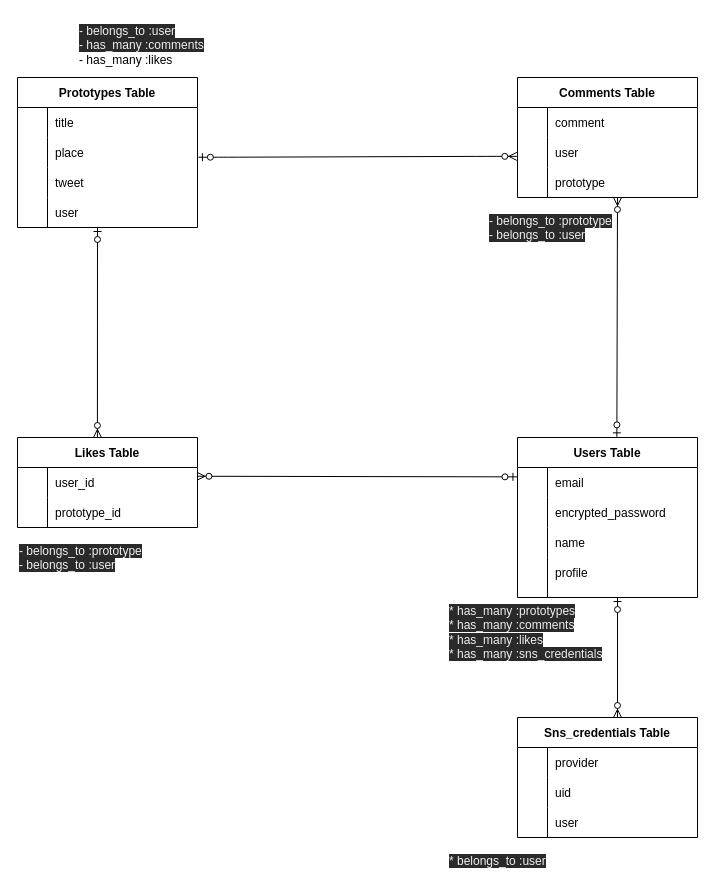
Before: test.dio in Hiro0608/tagtweet-38192, a draw.io diagram. Source tidied: cells renumbered, new cells numbered last; positions are measured from the earlier drawing's top-left corner, leaving out a move shared by most shapes. Both pictures are drawn from the tidied source at 100%, with x=0, y=0 at pixel (17, 17).
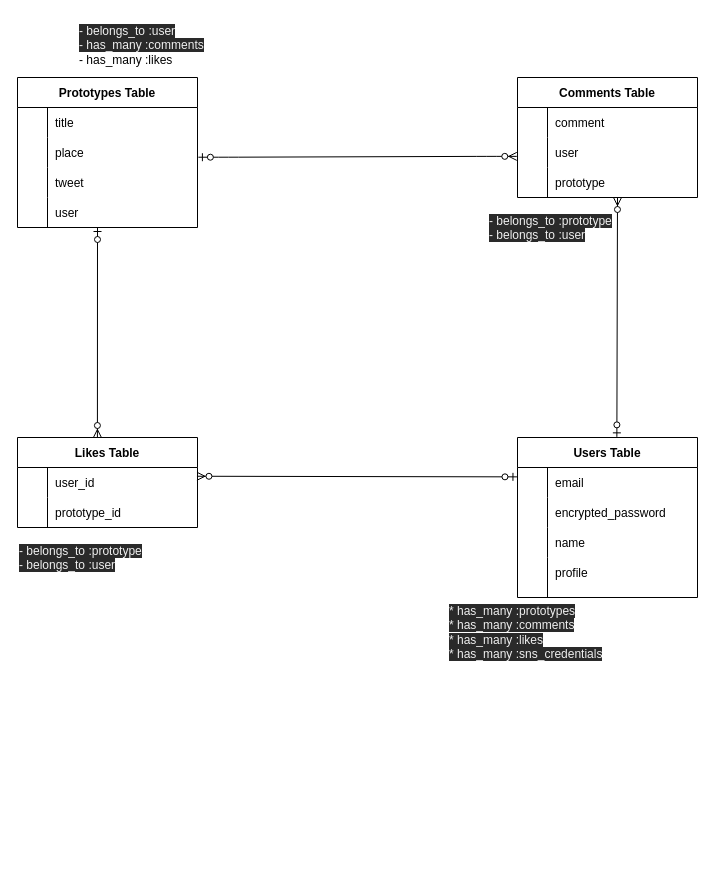
The same diagram, later.

Diff of the diagram source:
```diff
@@
-    <mxCell id="29" value="Sns_credentials Table" style="shape=table;startSize=30;childLayout=tableLayout;rowLines=0;fontStyle=1;align=center;" parent="1" vertex="1">
-      <mxGeometry x="500" y="700" width="180" height="120" as="geometry" />
-    </mxCell>
-    <mxCell id="30" style="shape=partialRectangle;fillColor=none;top=0;left=0;bottom=0;right=0;" parent="29" vertex="1">
-      <mxGeometry y="30" width="180" height="30" as="geometry" />
-    </mxCell>
-    <mxCell id="31" style="shape=partialRectangle;fillColor=none;top=0;left=0;bottom=0;right=0;overflow=hidden;" parent="30" vertex="1">
-      <mxGeometry width="30" height="30" as="geometry" />
-    </mxCell>
-    <mxCell id="32" value="provider" style="shape=partialRectangle;fillColor=none;top=0;left=0;bottom=0;right=0;align=left;spacingLeft=6;overflow=hidden;" parent="30" vertex="1">
-      <mxGeometry x="30" width="150" height="30" as="geometry" />
-    </mxCell>
-    <mxCell id="33" style="shape=partialRectangle;fillColor=none;top=0;left=0;bottom=0;right=0;" parent="29" vertex="1">
-      <mxGeometry y="60" width="180" height="30" as="geometry" />
-    </mxCell>
-    <mxCell id="34" style="shape=partialRectangle;fillColor=none;top=0;left=0;bottom=0;right=0;overflow=hidden;" parent="33" vertex="1">
-      <mxGeometry width="30" height="30" as="geometry" />
-    </mxCell>
-    <mxCell id="35" value="uid" style="shape=partialRectangle;fillColor=none;top=0;left=0;bottom=0;right=0;align=left;spacingLeft=6;overflow=hidden;" parent="33" vertex="1">
-      <mxGeometry x="30" width="150" height="30" as="geometry" />
-    </mxCell>
-    <mxCell id="36" style="shape=partialRectangle;fillColor=none;top=0;left=0;bottom=0;right=0;" parent="29" vertex="1">
-      <mxGeometry y="90" width="180" height="30" as="geometry" />
-    </mxCell>
-    <mxCell id="37" style="shape=partialRectangle;fillColor=none;top=0;left=0;bottom=0;right=0;overflow=hidden;" parent="36" vertex="1">
-      <mxGeometry width="30" height="30" as="geometry" />
-    </mxCell>
-    <mxCell id="38" value="user" style="shape=partialRectangle;fillColor=none;top=0;left=0;bottom=0;right=0;align=left;spacingLeft=6;overflow=hidden;" parent="36" vertex="1">
-      <mxGeometry x="30" width="150" height="30" as="geometry" />
-    </mxCell>
@@
-    <mxCell id="52" style="fontSize=12;html=1;endArrow=ERzeroToMany;startArrow=ERzeroToOne;" parent="1" edge="1">
-      <mxGeometry relative="1" as="geometry">
-        <mxPoint x="600" y="580" as="sourcePoint" />
-        <mxPoint x="600" y="700" as="targetPoint" />
-      </mxGeometry>
-    </mxCell>
@@
-    <mxCell id="54" value="&lt;span style=&quot;color: rgb(240 , 240 , 240) ; font-family: &amp;#34;helvetica&amp;#34; ; font-size: 12px ; font-style: normal ; font-weight: 400 ; letter-spacing: normal ; text-align: left ; text-indent: 0px ; text-transform: none ; word-spacing: 0px ; background-color: rgb(42 , 42 , 42) ; display: inline ; float: none&quot;&gt;* belongs_to :user&lt;/span&gt;&lt;span style=&quot;color: rgb(240 , 240 , 240) ; font-family: &amp;#34;helvetica&amp;#34; ; font-size: 12px ; font-style: normal ; font-weight: 400 ; letter-spacing: normal ; text-align: left ; text-indent: 0px ; text-transform: none ; word-spacing: 0px ; background-color: rgb(42 , 42 , 42) ; display: inline ; float: none&quot;&gt;&lt;br&gt;&lt;/span&gt;" style="text;whiteSpace=wrap;html=1;" parent="1" vertex="1">
-      <mxGeometry x="430" y="830" width="120" height="30" as="geometry" />
-    </mxCell>
```
